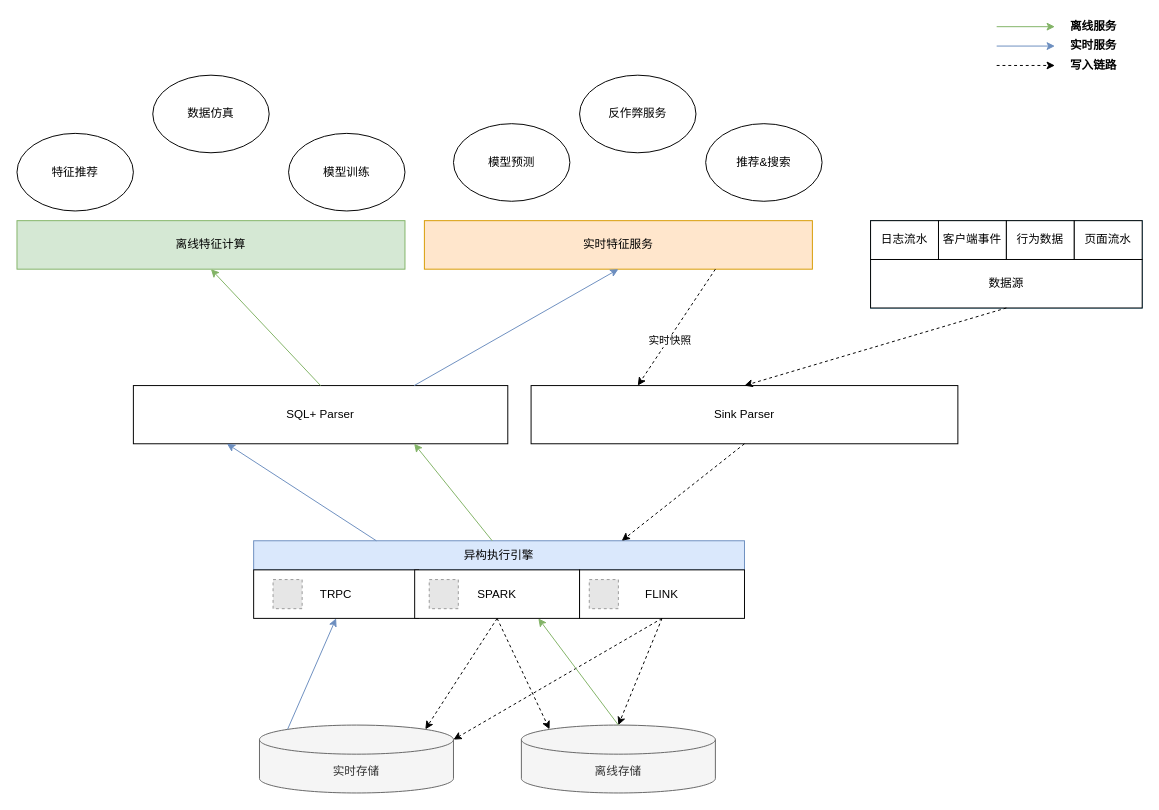
The draw.io diagram feature-dataflow.drawio in learn2Pro/draw_io_save, before the edit. Source tidied: cells renumbered, new cells numbered last; positions are measured from the earlier drawing's top-left corner, leaving out a move shared by most shapes. Both pictures are drawn from the tidied source at 97%, with x=0, y=0 at pixel (16, 16). Pictures stored in the file or linked from it are replaced by grey dashed boxes.
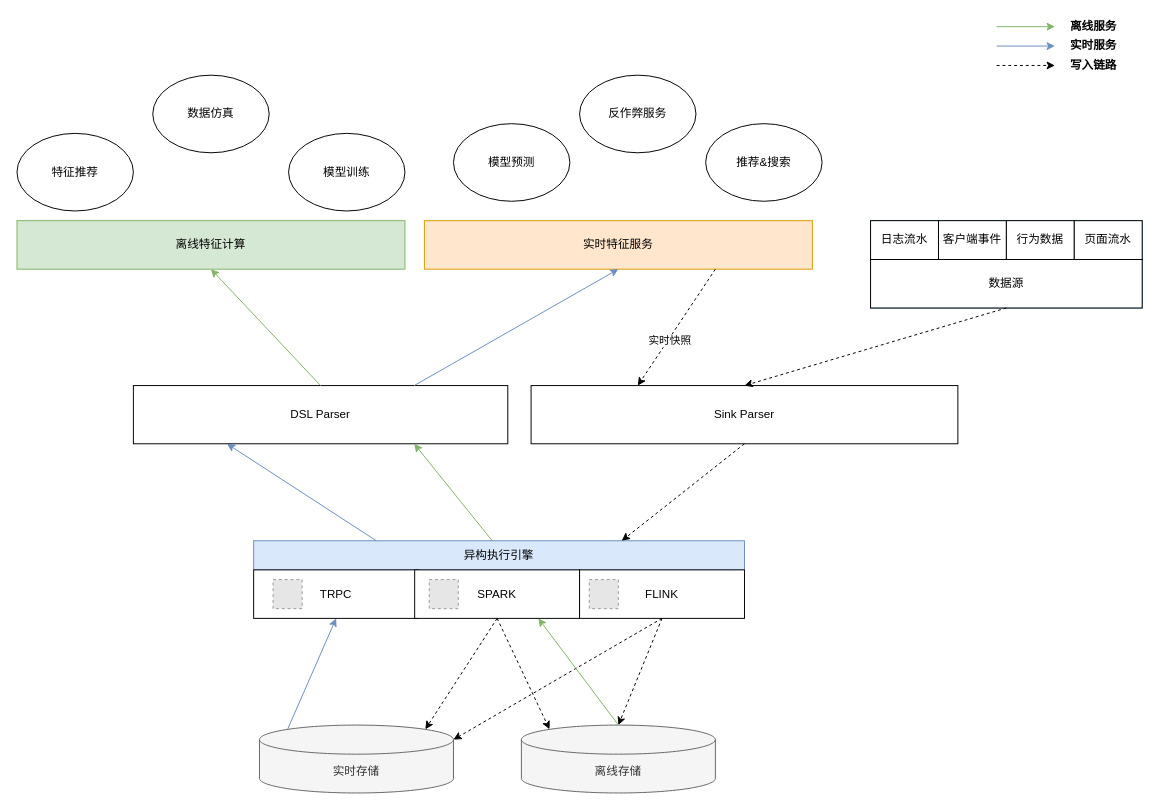
The same diagram, later.

What changed in the source:
```diff
@@
-    <mxCell id="7" value="SQL+ Parser" style="rounded=0;whiteSpace=wrap;html=1;" parent="1" vertex="1">
+    <mxCell id="7" value="DSL Parser" style="rounded=0;whiteSpace=wrap;html=1;" parent="1" vertex="1">
       <mxGeometry x="120" y="380" width="386" height="60" as="geometry" />
     </mxCell>
```
